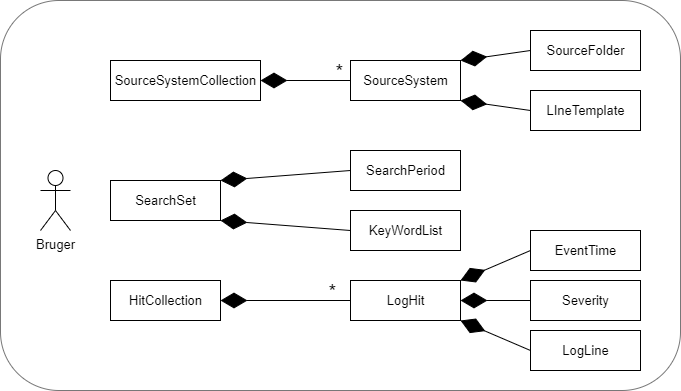
The draw.io diagram Illustrationer/LogWatcher_DomainModel_v1.drawio.png in FaderVader/CPH_Afgangsprojekt_2022, before a commit. Source tidied: cells renumbered, new cells last; positions are measured from the earlier drawing's top-left corner, leaving out a move shared by most shapes.
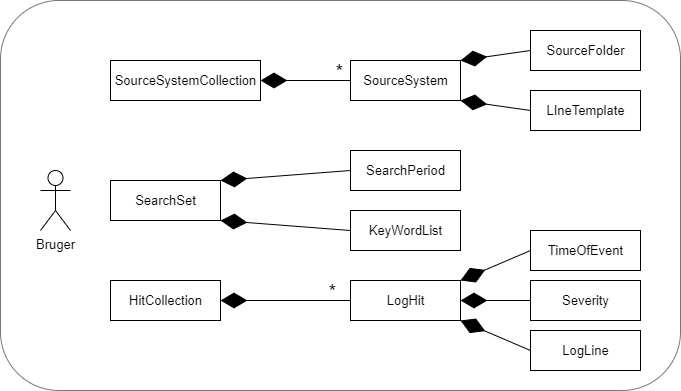
Later version of the same file.

Diff of the diagram source:
```diff
@@ -44,7 +44,7 @@
     <mxCell id="15" value="LogHit" style="html=1;fontSize=13;" parent="1" vertex="1">
       <mxGeometry x="350" y="280" width="110" height="40" as="geometry" />
     </mxCell>
-    <mxCell id="16" value="EventTime" style="html=1;fontSize=13;" parent="1" vertex="1">
+    <mxCell id="16" value="TimeOfEvent" style="html=1;fontSize=13;" parent="1" vertex="1">
       <mxGeometry x="530" y="230" width="110" height="40" as="geometry" />
     </mxCell>
     <mxCell id="17" value="Severity" style="html=1;fontSize=13;" parent="1" vertex="1">
```
